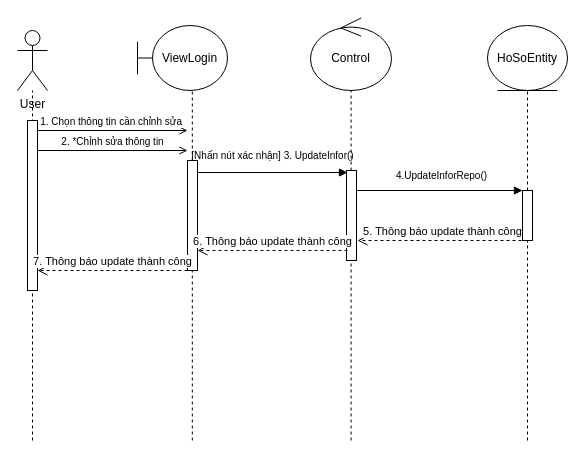
Earlier version of the draw.io diagram Sequence Diagram/Quản lý tài khoản/quản lý tài khoản sequence.drawio (brown2004/PTTKHT-project). Source tidied: cells renumbered, new cells numbered last; positions are measured from the earlier drawing's top-left corner, leaving out a move shared by most shapes. Both pictures are drawn from the tidied source at 100%, with x=0, y=0 at pixel (17, 18).
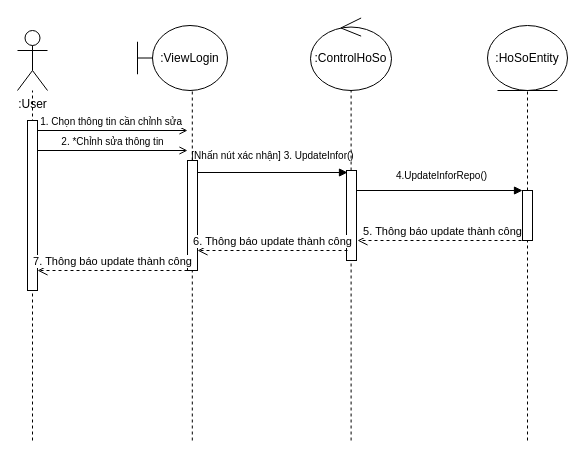
After the change.

Diff of the diagram source:
```diff
@@
-    <mxCell id="2" value="User" style="shape=umlActor;verticalLabelPosition=bottom;verticalAlign=top;html=1;outlineConnect=0;" parent="1" vertex="1">
+    <mxCell id="2" value=":User" style="shape=umlActor;verticalLabelPosition=bottom;verticalAlign=top;html=1;outlineConnect=0;" parent="1" vertex="1">
       <mxGeometry y="12" width="30" height="60" as="geometry" />
     </mxCell>
@@
-    <mxCell id="4" value="ViewLogin" style="shape=umlBoundary;whiteSpace=wrap;html=1;" parent="1" vertex="1">
+    <mxCell id="4" value=":ViewLogin" style="shape=umlBoundary;whiteSpace=wrap;html=1;" parent="1" vertex="1">
       <mxGeometry x="120" y="7" width="90" height="65" as="geometry" />
     </mxCell>
-    <mxCell id="5" value="Control" style="ellipse;shape=umlControl;whiteSpace=wrap;html=1;" parent="1" vertex="1">
+    <mxCell id="5" value=":ControlHoSo" style="ellipse;shape=umlControl;whiteSpace=wrap;html=1;" parent="1" vertex="1">
       <mxGeometry x="293" y="-0.5" width="81" height="72.5" as="geometry" />
     </mxCell>
-    <mxCell id="6" value="HoSoEntity" style="ellipse;shape=umlEntity;whiteSpace=wrap;html=1;" parent="1" vertex="1">
+    <mxCell id="6" value=":HoSoEntity" style="ellipse;shape=umlEntity;whiteSpace=wrap;html=1;" parent="1" vertex="1">
       <mxGeometry x="470" y="7" width="80" height="65" as="geometry" />
     </mxCell>
```
